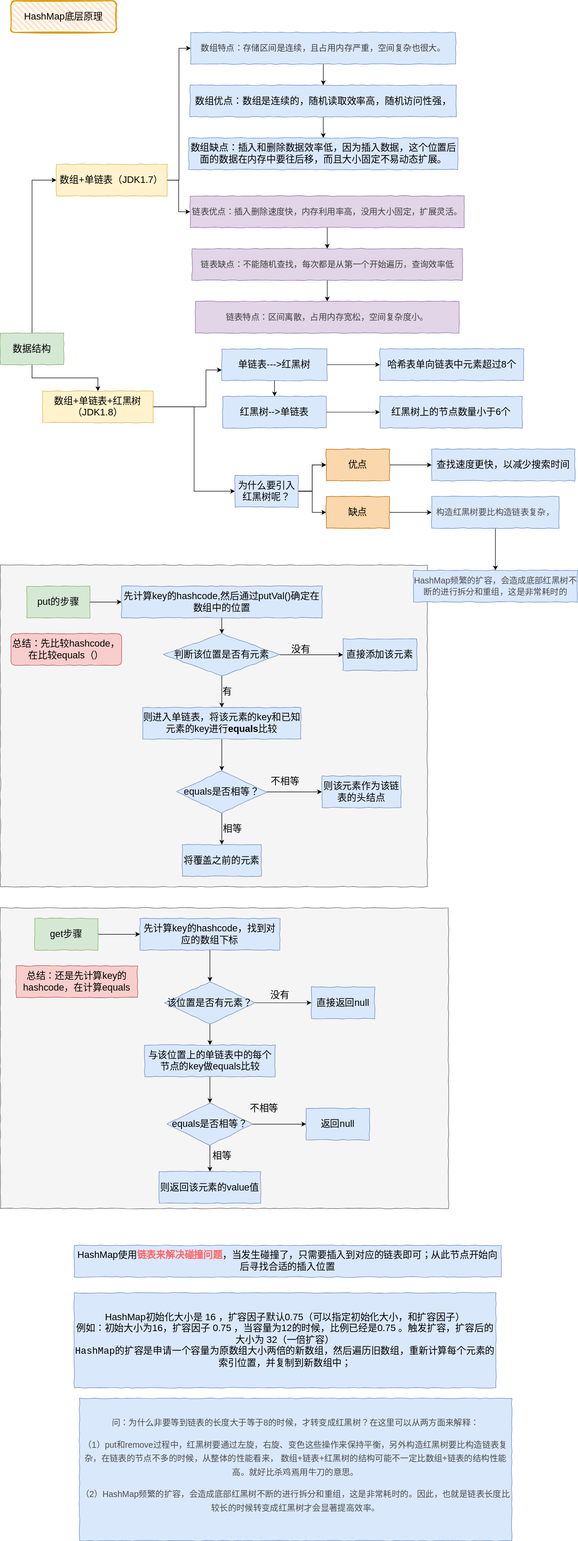
The draw.io diagram Java/HashMap.svg in kusuzi/LearnJava, before a commit. Source tidied: cells renumbered, new cells last; positions are measured from the earlier drawing's top-left corner, leaving out a move shared by most shapes.
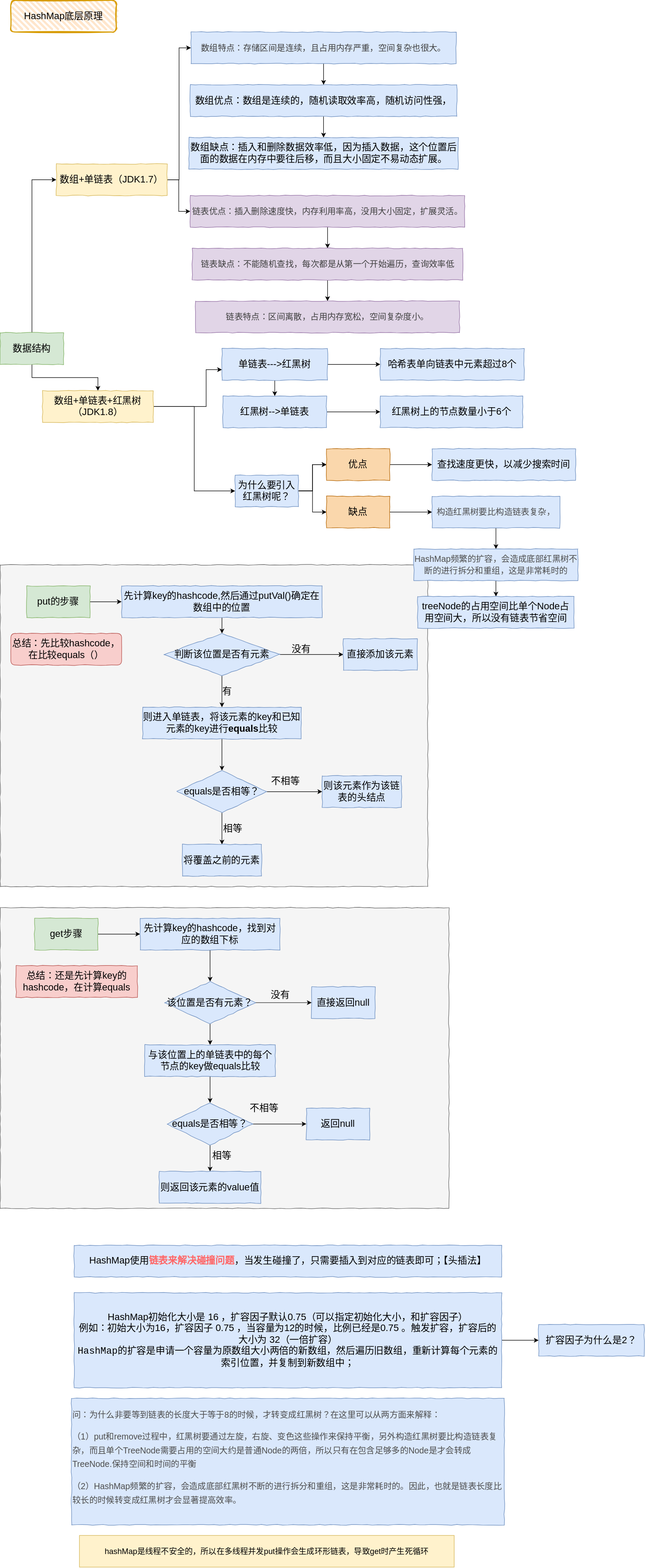
After the change.

What changed in the source:
```diff
@@ -242,14 +242,17 @@
     <mxCell id="78" value="&lt;div style=&quot;font-size: 18px&quot;&gt;&lt;br&gt;&lt;/div&gt;" style="text;html=1;align=center;verticalAlign=middle;strokeColor=none;fontSize=18;" parent="1" vertex="1">
       <mxGeometry x="595" y="2530" width="20" height="30" as="geometry" />
     </mxCell>
-    <mxCell id="79" value="&lt;p style=&quot;box-sizing: border-box ; outline: 0px ; margin: 0px 0px 16px ; padding: 0px ; font-size: 16px ; color: rgb(77 , 77 , 77) ; overflow: auto hidden ; overflow-wrap: break-word ; line-height: 26px&quot;&gt;问：为什么非要等到链表的长度大于等于8的时候，才转变成红黑树？在这里可以从两方面来解释：&lt;/p&gt;&lt;p style=&quot;box-sizing: border-box ; outline: 0px ; margin: 0px 0px 16px ; padding: 0px ; font-size: 16px ; color: rgb(77 , 77 , 77) ; overflow: auto hidden ; overflow-wrap: break-word ; line-height: 26px&quot;&gt;（1）put和remove过程中，红黑树要通过左旋，右旋、变色这些操作来保持平衡，另外构造红黑树要比构造链表复杂，在链表的节点不多的时候，从整体的性能看来， 数组+链表+红黑树的结构可能不一定比数组+链表的结构性能高。就好比杀鸡焉用牛刀的意思。&lt;/p&gt;&lt;p style=&quot;box-sizing: border-box ; outline: 0px ; margin: 0px 0px 16px ; padding: 0px ; font-size: 16px ; color: rgb(77 , 77 , 77) ; overflow: auto hidden ; overflow-wrap: break-word ; line-height: 26px&quot;&gt;（2）HashMap频繁的扩容，会造成底部红黑树不断的进行拆分和重组，这是非常耗时的。因此，也就是链表长度比较长的时候转变成红黑树才会显著提高效率。&lt;/p&gt;" style="whiteSpace=wrap;html=1;rounded=0;labelBackgroundColor=none;comic=1;fontSize=18;strokeColor=#6c8ebf;fillColor=#dae8fc;" parent="1" vertex="1">
-      <mxGeometry x="150" y="2650" width="820" height="270" as="geometry" />
+    <mxCell id="79" value="&lt;p style=&quot;box-sizing: border-box ; outline: 0px ; margin: 0px 0px 16px ; padding: 0px ; font-size: 16px ; color: rgb(77 , 77 , 77) ; overflow: auto hidden ; overflow-wrap: break-word ; line-height: 26px&quot;&gt;问：为什么非要等到链表的长度大于等于8的时候，才转变成红黑树？在这里可以从两方面来解释：&lt;/p&gt;&lt;p style=&quot;box-sizing: border-box ; outline: 0px ; margin: 0px 0px 16px ; padding: 0px ; font-size: 16px ; color: rgb(77 , 77 , 77) ; overflow: auto hidden ; overflow-wrap: break-word ; line-height: 26px&quot;&gt;（1）put和remove过程中，红黑树要通过左旋，右旋、变色这些操作来保持平衡，&lt;span&gt;另外构造红黑树要比构造链表复杂，而且单个TreeNode需要占用的空间大约是普通Node的两倍，所以只有在包含足够多的Node是才会转成TreeNode.保持空间和时间的平衡&lt;/span&gt;&lt;/p&gt;&lt;p style=&quot;box-sizing: border-box ; outline: 0px ; margin: 0px 0px 16px ; padding: 0px ; font-size: 16px ; color: rgb(77 , 77 , 77) ; overflow: auto hidden ; overflow-wrap: break-word ; line-height: 26px&quot;&gt;&lt;span&gt;（2）HashMap频繁的扩容，会造成底部红黑树不断的进行拆分和重组，这是非常耗时的。因此，也就是链表长度比较长的时候转变成红黑树才会显著提高效率。&lt;/span&gt;&lt;/p&gt;" style="whiteSpace=wrap;html=1;rounded=0;labelBackgroundColor=none;comic=1;fontSize=18;strokeColor=#6c8ebf;fillColor=#dae8fc;align=left;" parent="1" vertex="1">
+      <mxGeometry x="135" y="2650" width="820" height="240" as="geometry" />
     </mxCell>
-    <mxCell id="80" value="&lt;span style=&quot;text-align: left; font-size: 18px;&quot;&gt;HashMap使用&lt;/span&gt;&lt;b style=&quot;text-align: left; font-size: 18px;&quot;&gt;&lt;font color=&quot;#ff6666&quot; style=&quot;font-size: 18px;&quot;&gt;链表来解决碰撞问题&lt;/font&gt;&lt;/b&gt;&lt;span style=&quot;text-align: left; font-size: 18px;&quot;&gt;，当发生碰撞了，只&lt;/span&gt;&lt;span style=&quot;text-align: justify; font-size: 18px;&quot;&gt;需要插入到对应的链表即可；&lt;/span&gt;&lt;span style=&quot;font-family: monospace, monospace; font-size: 18px; text-align: justify;&quot;&gt;从此节点开始向后寻找合适的插入位置&lt;/span&gt;" style="rounded=0;whiteSpace=wrap;html=1;labelBackgroundColor=none;comic=1;fontSize=18;strokeColor=#6c8ebf;fillColor=#dae8fc;" parent="1" vertex="1">
+    <mxCell id="80" value="&lt;span style=&quot;text-align: left ; font-size: 18px&quot;&gt;HashMap使用&lt;/span&gt;&lt;b style=&quot;text-align: left ; font-size: 18px&quot;&gt;&lt;font color=&quot;#ff6666&quot; style=&quot;font-size: 18px&quot;&gt;链表来解决碰撞问题&lt;/font&gt;&lt;/b&gt;&lt;span style=&quot;text-align: left ; font-size: 18px&quot;&gt;，当发生碰撞了，只&lt;/span&gt;&lt;span style=&quot;text-align: justify ; font-size: 18px&quot;&gt;需要插入到对应的链表即可；&lt;font face=&quot;monospace, monospace&quot;&gt;【头插法】&lt;/font&gt;&lt;/span&gt;" style="rounded=0;whiteSpace=wrap;html=1;labelBackgroundColor=none;comic=1;fontSize=18;strokeColor=#6c8ebf;fillColor=#dae8fc;" parent="1" vertex="1">
       <mxGeometry x="140" y="2360" width="810" height="60" as="geometry" />
     </mxCell>
+    <mxCell id="86" style="edgeStyle=orthogonalEdgeStyle;rounded=0;jettySize=auto;html=1;" parent="1" edge="1" source="81" target="89">
+      <mxGeometry relative="1" as="geometry" />
+    </mxCell>
     <mxCell id="81" value="&lt;div&gt;HashMap初始化大小是 16 ，扩容因子默认0.75（可以指定初始化大小，和扩容因子）&lt;/div&gt;&lt;div&gt;例如：初始大小为16，扩容因子 0.75 ，当容量为12的时候，比例已经是0.75 。触发扩容，扩容后的大小为 32（一倍扩容）&lt;br&gt;&lt;/div&gt;&lt;div&gt;&lt;span style=&quot;font-family: monospace, monospace; text-align: justify;&quot;&gt;HashMap的扩容是申请一个容量为原数组大小两倍的新数组，然后遍历旧数组，重新计算每个元素的索引位置，并复制到新数组中；&lt;/span&gt;&lt;/div&gt;" style="rounded=0;whiteSpace=wrap;html=1;labelBackgroundColor=none;comic=1;fontSize=18;strokeColor=#6c8ebf;fillColor=#dae8fc;" parent="1" vertex="1">
-      <mxGeometry x="140" y="2450" width="800" height="180" as="geometry" />
+      <mxGeometry x="140" y="2450" width="810" height="180" as="geometry" />
     </mxCell>
     <mxCell id="82" value="查找速度更快，以减少搜索时间" style="whiteSpace=wrap;html=1;rounded=0;fontSize=18;strokeColor=#6c8ebf;fillColor=#dae8fc;comic=1;" parent="1" vertex="1">
       <mxGeometry x="818.1" y="850" width="271.9" height="60" as="geometry" />
@@ -260,8 +263,20 @@
     <mxCell id="84" value="&lt;span style=&quot;color: rgb(77 , 77 , 77) ; font-size: 16px&quot;&gt;构造红黑树要比构造链表复杂，&lt;/span&gt;" style="whiteSpace=wrap;html=1;rounded=0;fontSize=18;strokeColor=#6c8ebf;fillColor=#dae8fc;comic=1;" parent="1" vertex="1">
       <mxGeometry x="818.1" y="940" width="241.9" height="60" as="geometry" />
     </mxCell>
+    <mxCell id="87" style="edgeStyle=orthogonalEdgeStyle;rounded=0;jettySize=auto;html=1;" parent="1" edge="1" source="85" target="88">
+      <mxGeometry relative="1" as="geometry" />
+    </mxCell>
     <mxCell id="85" value="&lt;span style=&quot;color: rgb(77 , 77 , 77) ; font-size: 16px&quot;&gt;HashMap频繁的扩容，会造成底部红黑树不断的进行拆分和重组，这是非常耗时的&lt;/span&gt;" style="whiteSpace=wrap;html=1;rounded=0;fontSize=18;strokeColor=#6c8ebf;fillColor=#dae8fc;comic=1;" parent="1" vertex="1">
-      <mxGeometry x="783.6" y="1080" width="310.9" height="60" as="geometry" />
+      <mxGeometry x="783.6" y="1040" width="310.9" height="60" as="geometry" />
     </mxCell>
+    <mxCell id="88" value="treeNode的占用空间比单个Node占用空间大，所以没有链表节省空间" style="whiteSpace=wrap;html=1;rounded=0;fontSize=18;strokeColor=#6c8ebf;fillColor=#dae8fc;comic=1;" parent="1" vertex="1">
+      <mxGeometry x="790.9" y="1130" width="296.4" height="60" as="geometry" />
+    </mxCell>
+    <mxCell id="89" value="扩容因子为什么是2？" style="whiteSpace=wrap;html=1;rounded=0;fontSize=18;strokeColor=#6c8ebf;fillColor=#dae8fc;comic=1;" parent="1" vertex="1">
+      <mxGeometry x="1020" y="2510" width="200" height="60" as="geometry" />
+    </mxCell>
+    <mxCell id="90" value="hashMap是线程不安全的，所以在多线程并发p&lt;span style=&quot;font-size: 15px&quot;&gt;ut操作会生成环形链表，导致get时产生死循环&lt;br&gt;&lt;/span&gt;" style="whiteSpace=wrap;html=1;labelBackgroundColor=none;align=center;fillColor=#fff2cc;strokeColor=#d6b656;fontSize=15;" parent="1" vertex="1">
+      <mxGeometry x="150" y="2910" width="710" height="60" as="geometry" />
+    </mxCell>
   </root>
 </mxGraphModel>
```
